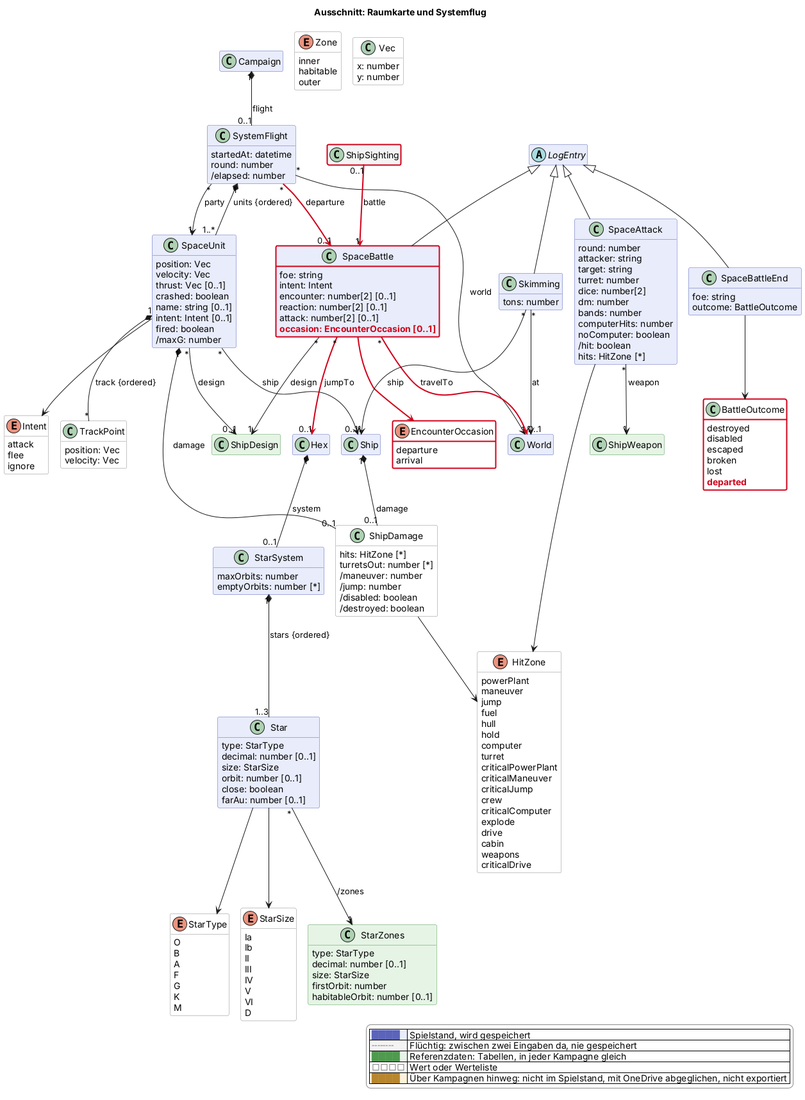
Earlier version of the PlantUML export docs/views/raum.png (scuzzar/SRE).
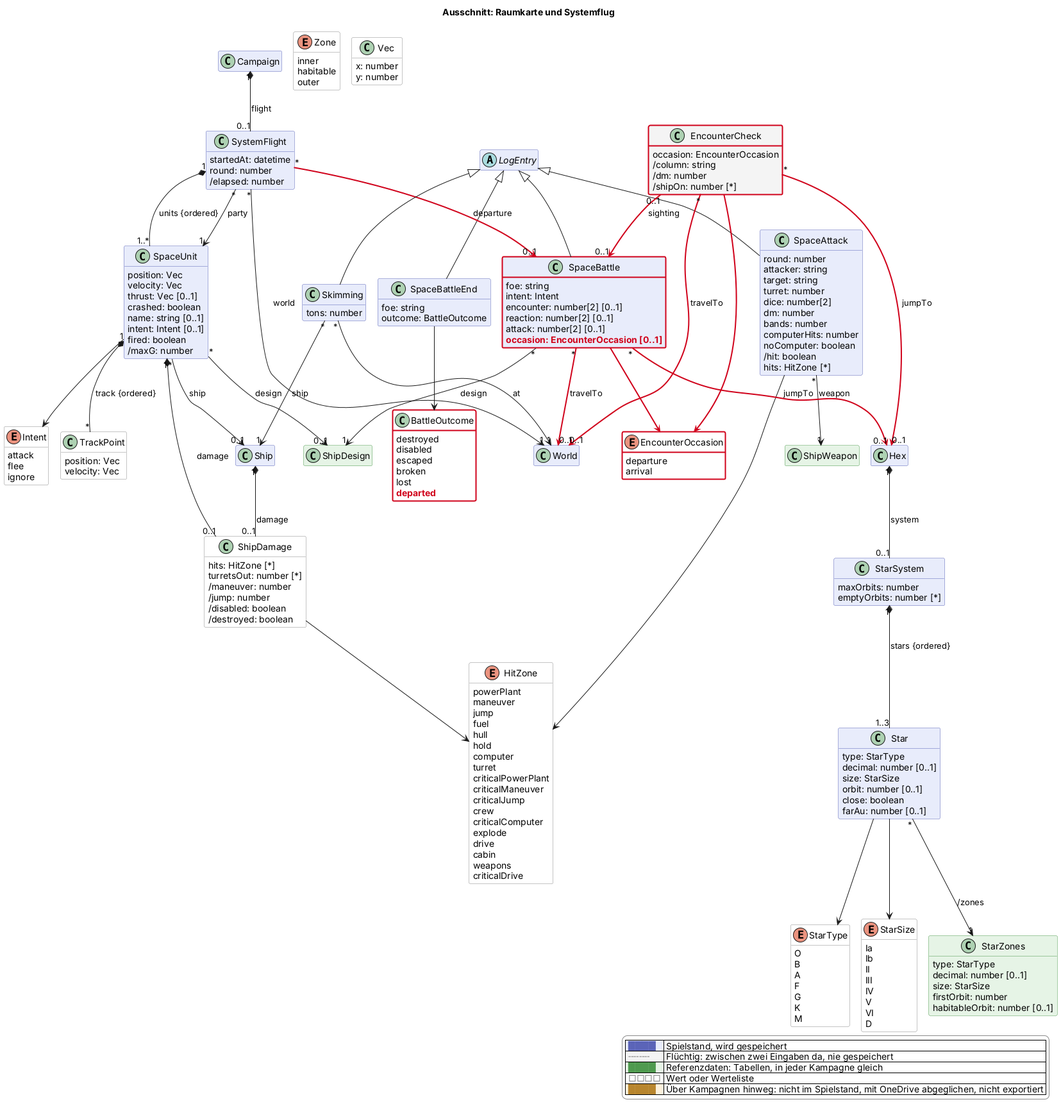
Above is the later version.

The edit, as a diff of the source:
```diff
@@ -171,7 +171,11 @@
     departure
     arrival
   }
-  class ShipSighting <<transient>> $raum $newClass("2026-11-22b") {
+  class EncounterCheck <<transient>> $raum $newClass("2026-11-22b") {
+    occasion: EncounterOccasion
+    /column: string
+    /dm: number
+    /shipOn: number [*]
   }
   class SpaceAttack $raum {
     round: number
@@ -249,7 +253,10 @@
 SpaceBattle "*" -$newArrow("2026-11-22b")-> "0..1" Hex : jumpTo
 SpaceBattle "*" -$newArrow("2026-11-22b")-> "0..1" World : travelTo
 SystemFlight "*" -$newArrow("2026-11-22b")-> "0..1" SpaceBattle : departure
-ShipSighting "0..1" -$newArrow("2026-11-22b")-> "1" SpaceBattle : battle
+EncounterCheck "0..1" -$newArrow("2026-11-22b")-> "0..1" SpaceBattle : sighting
+EncounterCheck -$newArrow("2026-11-22b")-> EncounterOccasion
+EncounterCheck "*" -$newArrow("2026-11-22b")-> "0..1" Hex : jumpTo
+EncounterCheck "*" -$newArrow("2026-11-22b")-> "0..1" World : travelTo
 SystemFlight "*" --> "1" SpaceUnit : party
 SpaceUnit "1" *-- "*" TrackPoint : track {ordered}
 LogEntry <|-- Skimming
```
